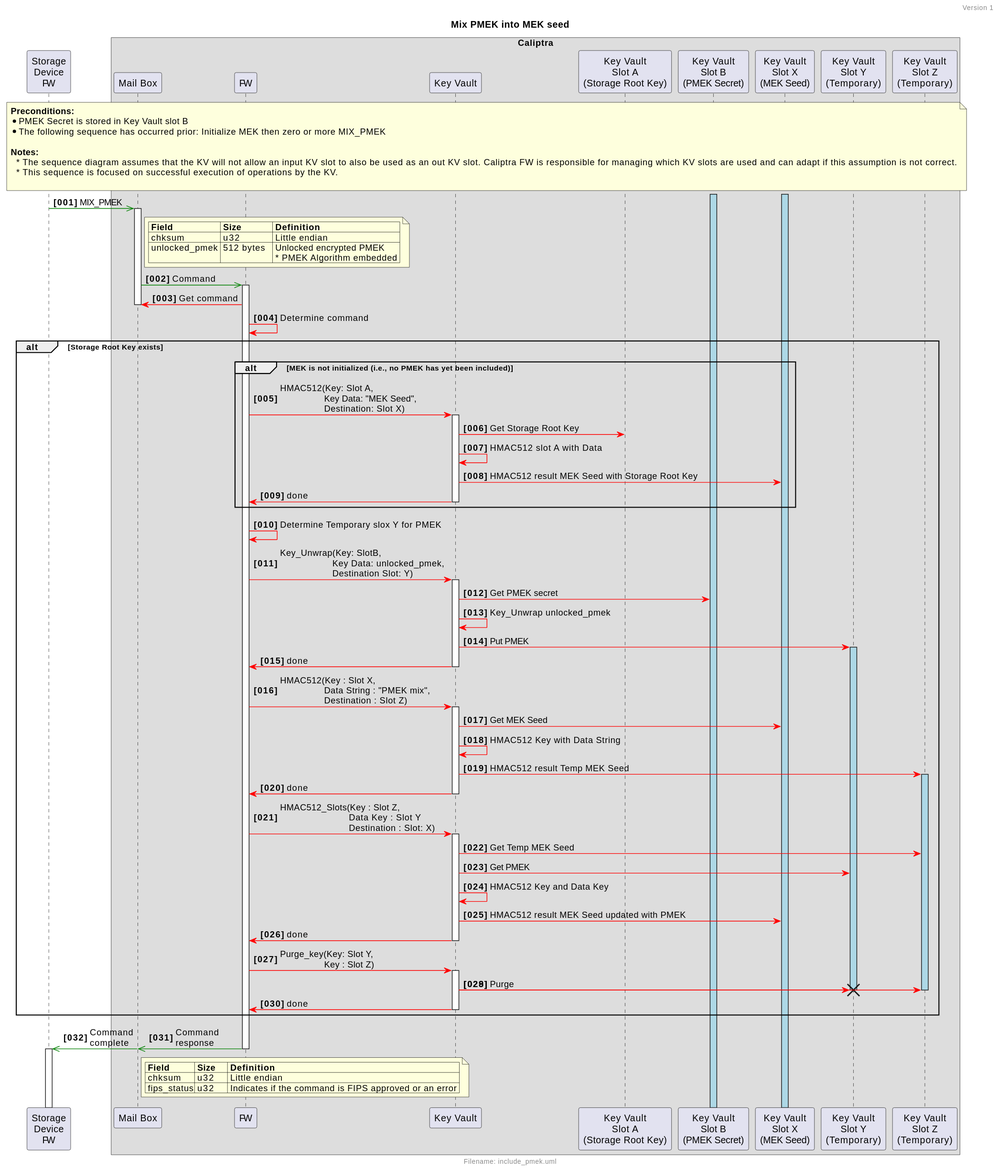
This is doc/ocp_lock/diagrams/include_pmek.svg from chipsalliance/Caliptra, a PlantUML export, as it was before one commit.
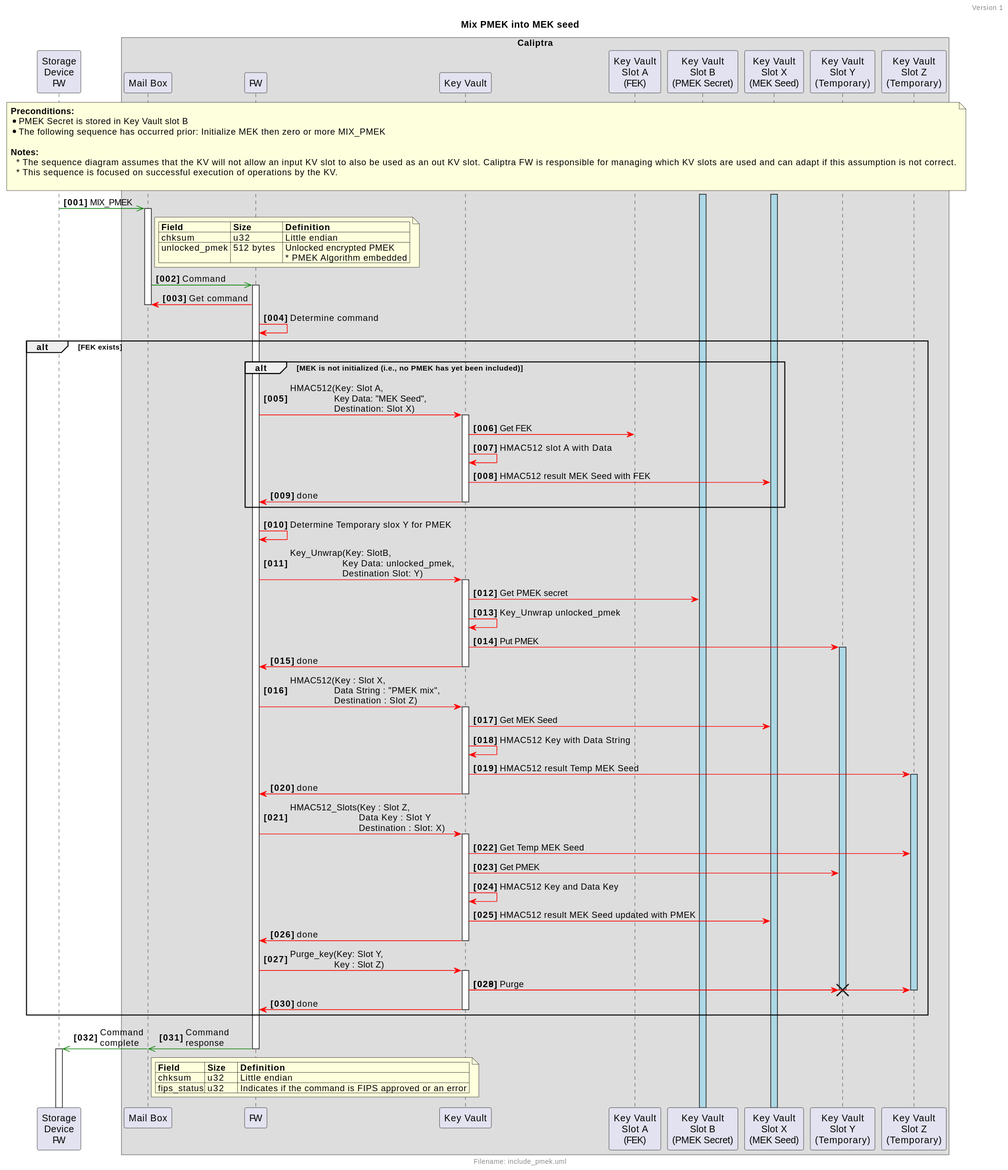
After the change.

What changed in the source:
```diff
@@ -42,13 +42,13 @@
     mb--
 !endif
 
-alt Storage Root Key exists
+alt FEK exists
 
     alt MEK is not initialized (i.e., no PMEK has yet been included)
         cfw $sync kv++: HMAC512(Key: Slot A,\n                Key Data: "MEK Seed",\n                Destination: Slot X)
-        kv $sync srk: Get Storage Root Key
+        kv $sync fek: Get FEK
         kv $sync kv: HMAC512 slot A with Data
-        kv $sync meks: HMAC512 result MEK Seed with Storage Root Key
+        kv $sync meks: HMAC512 result MEK Seed with FEK
         !if ($show_done)
             kv $sync cfw-- : done
         !else
```
